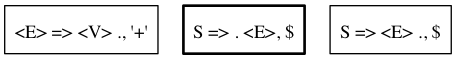
tokenshift/appa keeps this Graphviz diagram as test.dot.png. Above is the earlier version. Its source is kept beside it as test.dot. Its diagram source:
```dot
digraph {
	node [shape=box];

	"3918402173" [label="<E> => <V> ., '+'"];

	"1871679750" [style=bold, label="S => . <E>, $"];

	"1770970111" [label="S => <E> ., $"];
}
```
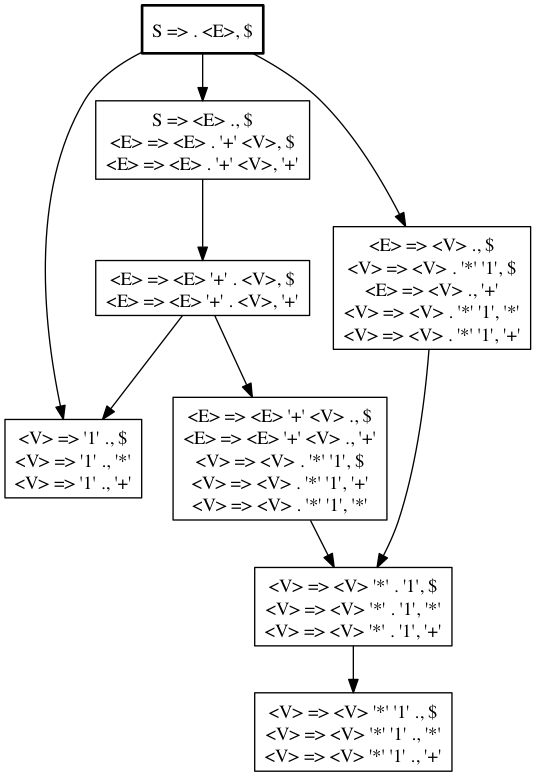
After the commit.

Diff of the diagram source:
```diff
@@ -1,9 +1,28 @@
 digraph {
 	node [shape=box];
 
-	"3918402173" [label="<E> => <V> ., '+'"];
+	"0x7fe1a0c03c90" [style=bold, label="S => . <E>, $"];
+	"0x7fe1a0c03c90" -> "0x7fe1a0c040e0";
+	"0x7fe1a0c03c90" -> "0x7fe1a0c03e30";
+	"0x7fe1a0c03c90" -> "0x7fe1a0c03ef0";
 
-	"1871679750" [style=bold, label="S => . <E>, $"];
+	"0x7fe1a0c040e0" [label="<V> => '1' ., $\n<V> => '1' ., '*'\n<V> => '1' ., '+'"];
 
-	"1770970111" [label="S => <E> ., $"];
+	"0x7fe1a0c03e30" [label="S => <E> ., $\n<E> => <E> . '+' <V>, $\n<E> => <E> . '+' <V>, '+'"];
+	"0x7fe1a0c03e30" -> "0x7fe1a0c03f20";
+
+	"0x7fe1a0c03ef0" [label="<E> => <V> ., $\n<V> => <V> . '*' '1', $\n<E> => <V> ., '+'\n<V> => <V> . '*' '1', '*'\n<V> => <V> . '*' '1', '+'"];
+	"0x7fe1a0c03ef0" -> "0x7fe1a0c03e00";
+
+	"0x7fe1a0c03f20" [label="<E> => <E> '+' . <V>, $\n<E> => <E> '+' . <V>, '+'"];
+	"0x7fe1a0c03f20" -> "0x7fe1a0c040e0";
+	"0x7fe1a0c03f20" -> "0x7fe1a0c04340";
+
+	"0x7fe1a0c03e00" [label="<V> => <V> '*' . '1', $\n<V> => <V> '*' . '1', '*'\n<V> => <V> '*' . '1', '+'"];
+	"0x7fe1a0c03e00" -> "0x7fe1a0c03de0";
+
+	"0x7fe1a0c04340" [label="<E> => <E> '+' <V> ., $\n<E> => <E> '+' <V> ., '+'\n<V> => <V> . '*' '1', $\n<V> => <V> . '*' '1', '+'\n<V> => <V> . '*' '1', '*'"];
+	"0x7fe1a0c04340" -> "0x7fe1a0c03e00";
+
+	"0x7fe1a0c03de0" [label="<V> => <V> '*' '1' ., $\n<V> => <V> '*' '1' ., '*'\n<V> => <V> '*' '1' ., '+'"];
 }
```
